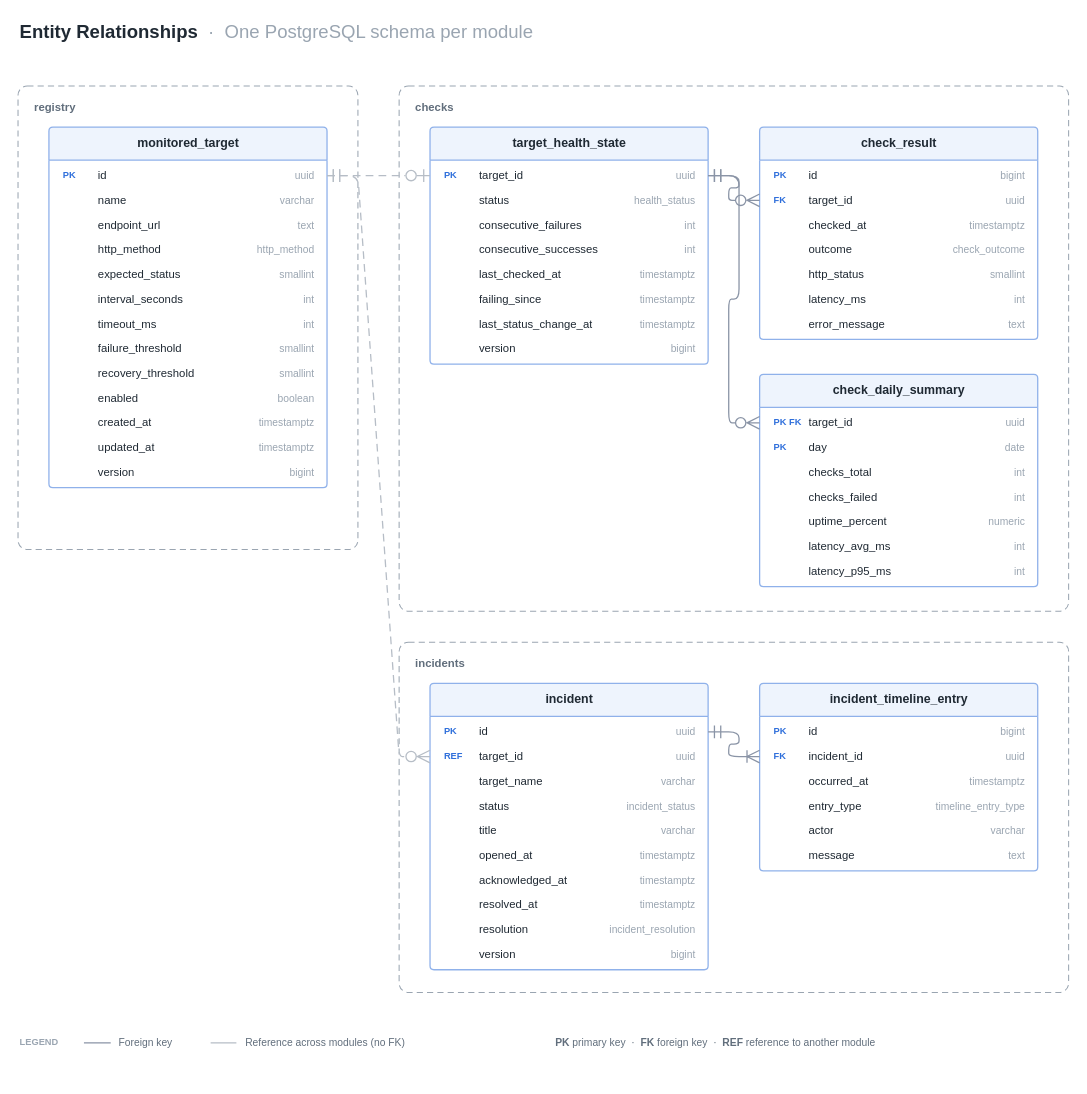
This is docs/architecture/04-erd.drawio from nebadesmondc/pulsiris, a draw.io file, before an edit. Source tidied: cells renumbered, new cells numbered last; positions are measured from the earlier drawing's top-left corner, leaving out a move shared by most shapes. Both pictures are drawn from the tidied source at 103%, with x=0, y=0 at pixel (18, 18).
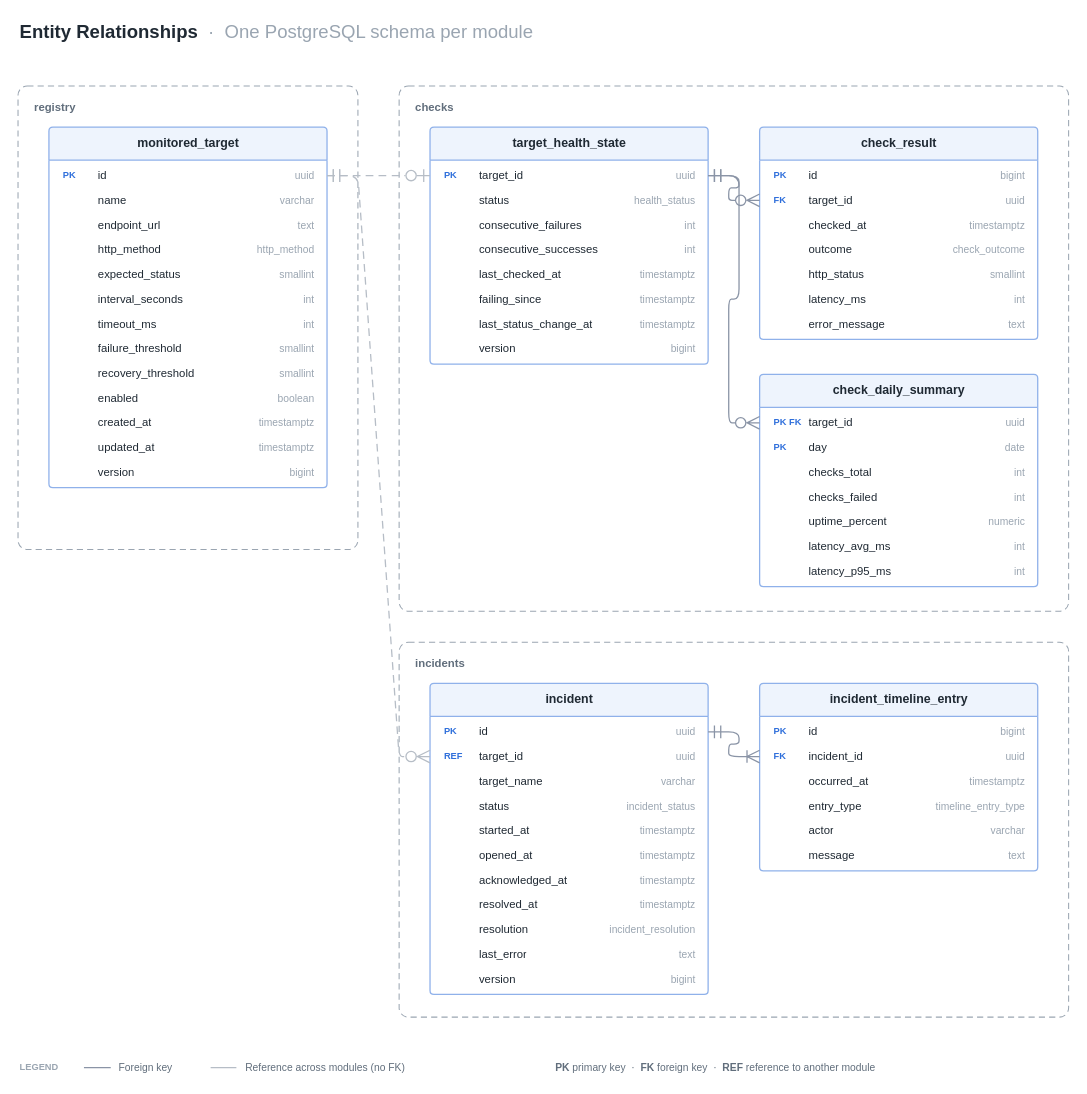
The same page after the edit.

Commit message (it also covers changes not shown here):
Update architecture docs for incidents

Change to the diagram source:
```diff
@@
     <mxCell id="5" value="&lt;b&gt;incidents&lt;/b&gt;" style="fontFamily=Helvetica;rounded=1;absoluteArcSize=1;arcSize=18;whiteSpace=wrap;html=1;fillColor=none;dashed=1;dashPattern=6 4;strokeColor=#9AA5B1;fontColor=#616E7C;fontSize=11;align=left;verticalAlign=bottom;spacingLeft=14;spacingBottom=8;verticalAlign=top;spacingTop=8;" parent="1" vertex="1">
-      <mxGeometry x="370" y="606" width="650" height="340" as="geometry" />
+      <mxGeometry x="370" y="606" width="650" height="364" as="geometry" />
     </mxCell>
@@
     <mxCell id="67" value="incident" style="fontFamily=Helvetica;swimlane;horizontal=1;startSize=32;html=1;fontSize=12;fontStyle=1;fontColor=#1F2933;fillColor=#EEF4FD;strokeColor=#8FB1EA;swimlaneFillColor=#FFFFFF;strokeWidth=1.25;rounded=1;arcSize=4;" parent="1" vertex="1">
-      <mxGeometry x="400" y="646" width="270" height="278" as="geometry" />
+      <mxGeometry x="400" y="646" width="270" height="302" as="geometry" />
     </mxCell>
@@
-    <mxCell id="78" value="title" style="fontFamily=Helvetica;text;html=1;strokeColor=none;fillColor=none;align=left;verticalAlign=middle;spacingLeft=10;spacingRight=10;overflow=hidden;fontSize=11;spacingLeft=46;fontColor=#1F2933;" parent="67" vertex="1">
+    <mxCell id="78" value="started_at" style="fontFamily=Helvetica;text;html=1;strokeColor=none;fillColor=none;align=left;verticalAlign=middle;spacingLeft=10;spacingRight=10;overflow=hidden;fontSize=11;spacingLeft=46;fontColor=#1F2933;" parent="67" vertex="1">
       <mxGeometry y="131" width="270" height="24" as="geometry" />
     </mxCell>
-    <mxCell id="79" value="varchar" style="fontFamily=Helvetica;text;html=1;align=left;verticalAlign=middle;whiteSpace=wrap;strokeColor=none;fillColor=none;fontColor=#616E7C;fontSize=11;fontSize=10;align=right;fontColor=#9AA5B1;" parent="67" vertex="1">
+    <mxCell id="79" value="timestamptz" style="fontFamily=Helvetica;text;html=1;align=left;verticalAlign=middle;whiteSpace=wrap;strokeColor=none;fillColor=none;fontColor=#616E7C;fontSize=11;fontSize=10;align=right;fontColor=#9AA5B1;" parent="67" vertex="1">
       <mxGeometry x="140" y="131" width="120" height="24" as="geometry" />
     </mxCell>
@@
     <mxCell id="88" value="version" style="fontFamily=Helvetica;text;html=1;strokeColor=none;fillColor=none;align=left;verticalAlign=middle;spacingLeft=10;spacingRight=10;overflow=hidden;fontSize=11;spacingLeft=46;fontColor=#1F2933;" parent="67" vertex="1">
-      <mxGeometry y="251" width="270" height="24" as="geometry" />
+      <mxGeometry y="275" width="270" height="24" as="geometry" />
     </mxCell>
     <mxCell id="89" value="bigint" style="fontFamily=Helvetica;text;html=1;align=left;verticalAlign=middle;whiteSpace=wrap;strokeColor=none;fillColor=none;fontColor=#616E7C;fontSize=11;fontSize=10;align=right;fontColor=#9AA5B1;" parent="67" vertex="1">
-      <mxGeometry x="140" y="251" width="120" height="24" as="geometry" />
+      <mxGeometry x="140" y="275" width="120" height="24" as="geometry" />
     </mxCell>
+    <mxCell id="135" value="last_error" style="fontFamily=Helvetica;text;html=1;strokeColor=none;fillColor=none;align=left;verticalAlign=middle;spacingLeft=10;spacingRight=10;overflow=hidden;fontSize=11;spacingLeft=46;fontColor=#1F2933;" parent="67" vertex="1">
+      <mxGeometry y="251" width="270" height="24" as="geometry" />
+    </mxCell>
+    <mxCell id="136" value="text" style="fontFamily=Helvetica;text;html=1;align=left;verticalAlign=middle;whiteSpace=wrap;strokeColor=none;fillColor=none;fontColor=#616E7C;fontSize=11;fontSize=10;align=right;fontColor=#9AA5B1;" parent="67" vertex="1">
+      <mxGeometry x="140" y="251" width="120" height="24" as="geometry" />
+    </mxCell>
@@
     <mxCell id="109" value="LEGEND" style="fontFamily=Helvetica;text;html=1;align=left;verticalAlign=middle;whiteSpace=wrap;strokeColor=none;fillColor=none;fontColor=#616E7C;fontSize=11;fontSize=9;fontStyle=1;fontColor=#9AA5B1;" parent="1" vertex="1">
-      <mxGeometry y="986" width="60" height="18" as="geometry" />
+      <mxGeometry y="1010" width="60" height="18" as="geometry" />
     </mxCell>
     <mxCell id="110" style="fontFamily=Helvetica;edgeStyle=entityRelationEdgeStyle;html=1;endFill=0;startFill=0;strokeWidth=1.25;strokeColor=#8A94A6;endSize=10;startSize=10;startArrow=none;endArrow=none;" parent="1" edge="1">
       <mxGeometry relative="1" as="geometry">
-        <mxPoint x="64" y="995" as="sourcePoint" />
-        <mxPoint x="90" y="995" as="targetPoint" />
+        <mxPoint x="64" y="1019" as="sourcePoint" />
+        <mxPoint x="90" y="1019" as="targetPoint" />
       </mxGeometry>
     </mxCell>
     <mxCell id="111" value="Foreign key" style="fontFamily=Helvetica;text;html=1;align=left;verticalAlign=middle;whiteSpace=wrap;strokeColor=none;fillColor=none;fontColor=#616E7C;fontSize=11;fontSize=10;" parent="1" vertex="1">
-      <mxGeometry x="96" y="986" width="73" height="18" as="geometry" />
+      <mxGeometry x="96" y="1010" width="73" height="18" as="geometry" />
     </mxCell>
     <mxCell id="112" style="fontFamily=Helvetica;edgeStyle=entityRelationEdgeStyle;html=1;endFill=0;startFill=0;strokeWidth=1.25;strokeColor=#8A94A6;endSize=10;startSize=10;dashed=1;dashPattern=6 4;strokeColor=#B6BDC6;startArrow=none;endArrow=none;" parent="1" edge="1">
       <mxGeometry relative="1" as="geometry">
-        <mxPoint x="187" y="995" as="sourcePoint" />
-        <mxPoint x="213" y="995" as="targetPoint" />
+        <mxPoint x="187" y="1019" as="sourcePoint" />
+        <mxPoint x="213" y="1019" as="targetPoint" />
       </mxGeometry>
     </mxCell>
     <mxCell id="113" value="Reference across modules (no FK)" style="fontFamily=Helvetica;text;html=1;align=left;verticalAlign=middle;whiteSpace=wrap;strokeColor=none;fillColor=none;fontColor=#616E7C;fontSize=11;fontSize=10;" parent="1" vertex="1">
-      <mxGeometry x="219" y="986" width="191" height="18" as="geometry" />
+      <mxGeometry x="219" y="1010" width="191" height="18" as="geometry" />
     </mxCell>
     <mxCell id="114" value="&lt;b&gt;PK&lt;/b&gt; primary key&amp;nbsp;&amp;nbsp;·&amp;nbsp;&amp;nbsp;&lt;b&gt;FK&lt;/b&gt; foreign key&amp;nbsp;&amp;nbsp;·&amp;nbsp;&amp;nbsp;&lt;b&gt;REF&lt;/b&gt; reference to another module" style="fontFamily=Helvetica;text;html=1;align=left;verticalAlign=middle;whiteSpace=wrap;strokeColor=none;fillColor=none;fontColor=#616E7C;fontSize=11;fontSize=10;" parent="1" vertex="1">
-      <mxGeometry x="520" y="986" width="500" height="18" as="geometry" />
+      <mxGeometry x="520" y="1010" width="500" height="18" as="geometry" />
     </mxCell>
```
